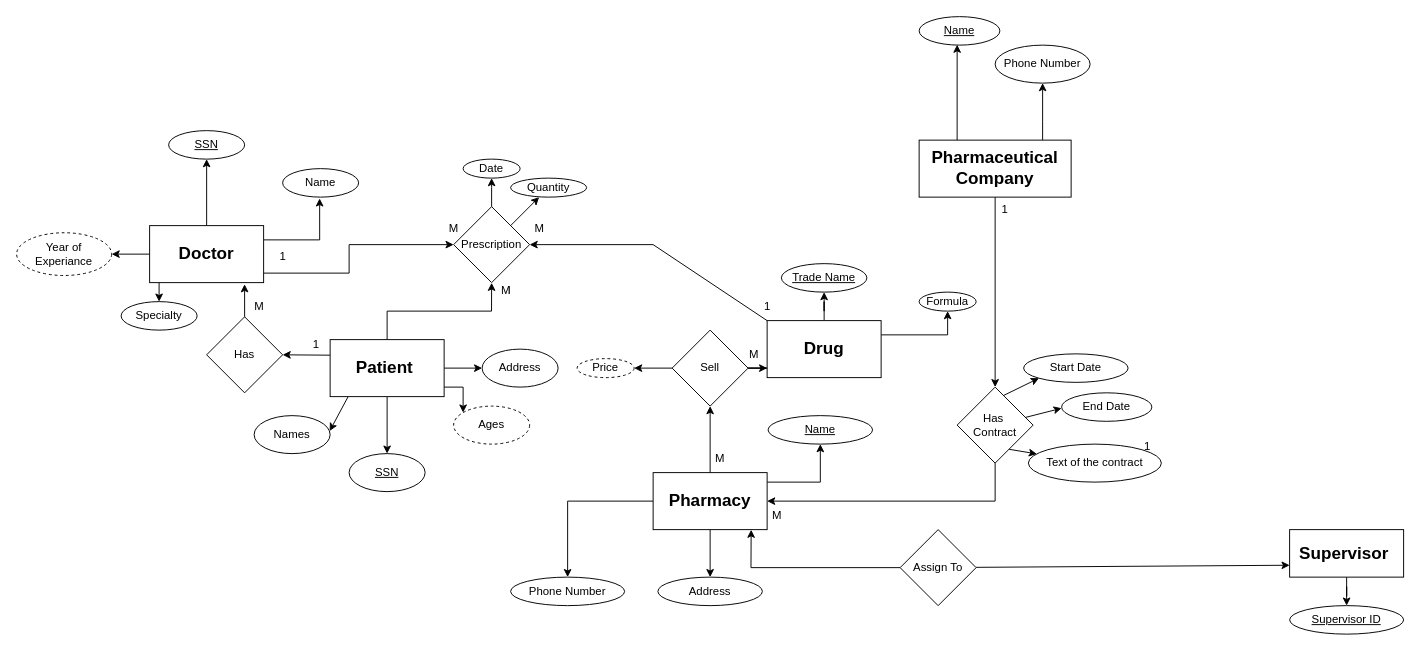
This is The Prescriptions-R-X chain of pharmacies.drawio from Dilka98/ER-Diagram, a draw.io file, before an edit. Source tidied: cells renumbered, new cells numbered last; positions are measured from the earlier drawing's top-left corner, leaving out a move shared by most shapes. Both pictures are drawn from the tidied source at 95%, with x=0, y=0 at pixel (16, 16).
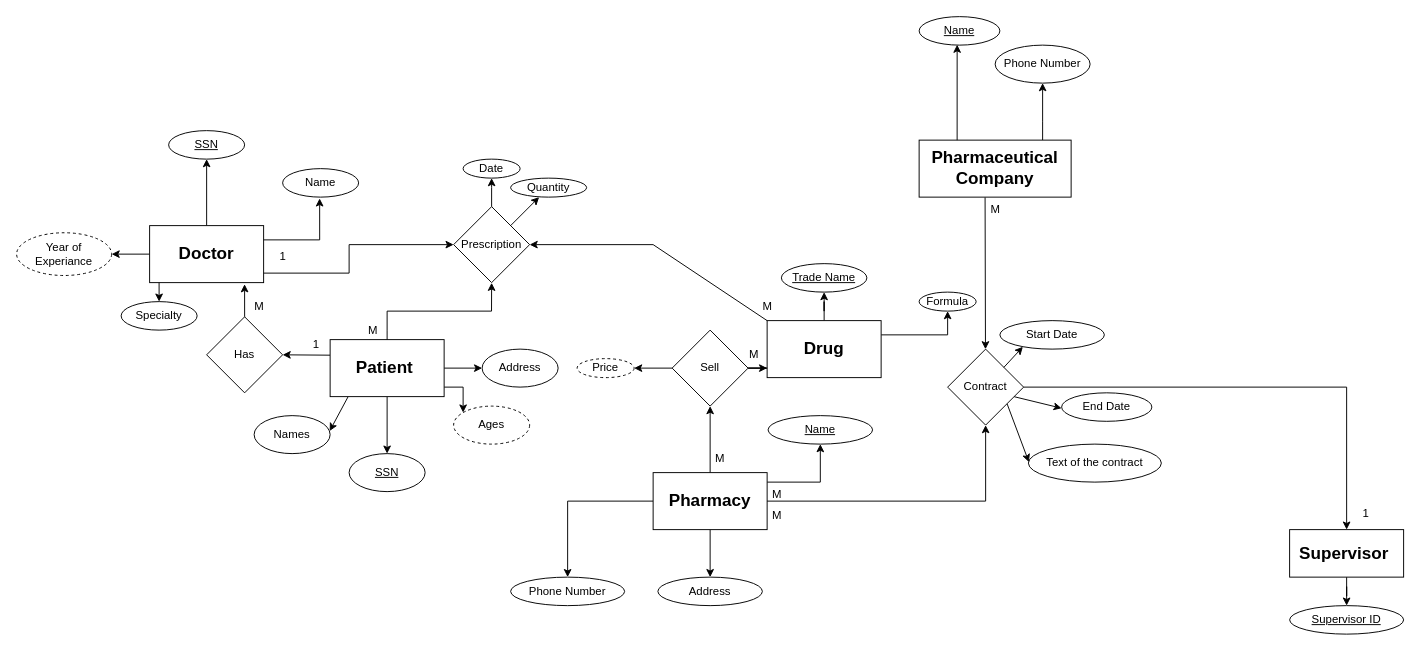
Above is the later version.

The change refers to these unchanged cells:
```xml
<mxCell id="20" value="&lt;h2&gt;Pharmaceutical Company&lt;/h2&gt;" style="rounded=0;whiteSpace=wrap;html=1;" parent="1" vertex="1">
  <mxGeometry x="950" y="130" width="160" height="60" as="geometry" />
</mxCell>
<mxCell id="32" value="&lt;h2&gt;Pharmacy&lt;/h2&gt;" style="rounded=0;whiteSpace=wrap;html=1;" parent="1" vertex="1">
  <mxGeometry x="670" y="480" width="120" height="60" as="geometry" />
</mxCell>
<mxCell id="64" value="End Date" style="ellipse;whiteSpace=wrap;html=1;" parent="1" vertex="1">
  <mxGeometry x="1100" y="396" width="95" height="30" as="geometry" />
</mxCell>
<mxCell id="65" value="Text of the contract" style="ellipse;whiteSpace=wrap;html=1;" parent="1" vertex="1">
  <mxGeometry x="1065" y="450" width="140" height="40" as="geometry" />
</mxCell>
<mxCell id="67" value="&lt;h2&gt;Supervisor&amp;nbsp;&lt;/h2&gt;" style="whiteSpace=wrap;html=1;" parent="1" vertex="1">
  <mxGeometry x="1340" y="540" width="120" height="50" as="geometry" />
</mxCell>
```

Diff of the diagram source:
```diff
@@
-    <mxCell id="19" style="edgeStyle=orthogonalEdgeStyle;rounded=0;jettySize=auto;html=1;" parent="1" edge="1" source="20" target="69">
-      <mxGeometry relative="1" as="geometry" />
-    </mxCell>
@@
-    <mxCell id="52" value="M" style="text;html=1;align=center;verticalAlign=middle;strokeColor=none;fillColor=none;" parent="1" vertex="1">
-      <mxGeometry x="445" y="208" width="30" height="30" as="geometry" />
-    </mxCell>
@@
-    <mxCell id="54" value="1" style="text;html=1;align=center;verticalAlign=middle;strokeColor=none;fillColor=none;" parent="1" vertex="1">
+    <mxCell id="54" value="M" style="text;html=1;align=center;verticalAlign=middle;strokeColor=none;fillColor=none;" parent="1" vertex="1">
       <mxGeometry x="775" y="290" width="30" height="30" as="geometry" />
     </mxCell>
-    <mxCell id="55" value="M" style="text;html=1;align=center;verticalAlign=middle;strokeColor=none;fillColor=none;" parent="1" vertex="1">
-      <mxGeometry x="535" y="208" width="30" height="30" as="geometry" />
-    </mxCell>
@@
-    <mxCell id="57" value="M" style="text;html=1;align=center;verticalAlign=middle;strokeColor=none;fillColor=none;" parent="1" vertex="1">
-      <mxGeometry x="500" y="272.5" width="30" height="30" as="geometry" />
-    </mxCell>
@@
     <mxCell id="63" value="Start Date" style="ellipse;whiteSpace=wrap;html=1;" parent="1" vertex="1">
-      <mxGeometry x="1060" y="355" width="110" height="30" as="geometry" />
+      <mxGeometry x="1035" y="320" width="110" height="30" as="geometry" />
     </mxCell>
@@
-    <mxCell id="69" value="Has&amp;nbsp;&lt;div&gt;Contract&lt;/div&gt;" style="rhombus;whiteSpace=wrap;html=1;" parent="1" vertex="1">
-      <mxGeometry x="990" y="390" width="80" height="80" as="geometry" />
-    </mxCell>
-    <mxCell id="70" value="1" style="text;html=1;align=center;verticalAlign=middle;strokeColor=none;fillColor=none;" parent="1" vertex="1">
-      <mxGeometry x="1025" y="188" width="30" height="30" as="geometry" />
-    </mxCell>
-    <mxCell id="71" value="Assign To" style="rhombus;whiteSpace=wrap;html=1;" parent="1" vertex="1">
-      <mxGeometry x="930" y="540" width="80" height="80" as="geometry" />
-    </mxCell>
-    <mxCell id="72" value="1" style="text;html=1;align=center;verticalAlign=middle;strokeColor=none;fillColor=none;" parent="1" vertex="1">
-      <mxGeometry x="1175" y="438" width="30" height="30" as="geometry" />
-    </mxCell>
+    <mxCell id="80" value="M" style="text;html=1;align=center;verticalAlign=middle;strokeColor=none;fillColor=none;" parent="1" vertex="1">
+      <mxGeometry x="360" y="316" width="30" height="30" as="geometry" />
+    </mxCell>
+    <mxCell id="81" value="Contract" style="rhombus;whiteSpace=wrap;html=1;" parent="1" vertex="1">
+      <mxGeometry x="980" y="350" width="80" height="80" as="geometry" />
+    </mxCell>
+    <mxCell id="82" style="edgeStyle=none;jettySize=auto;html=1;rounded=0;entryX=0.498;entryY=0.002;entryDx=0;entryDy=0;entryPerimeter=0;exitX=0.434;exitY=1.006;exitDx=0;exitDy=0;exitPerimeter=0;" parent="1" edge="1" source="20" target="81">
+      <mxGeometry relative="1" as="geometry" />
+    </mxCell>
+    <mxCell id="83" style="edgeStyle=none;jettySize=auto;html=1;rounded=0;entryX=0.5;entryY=1;entryDx=0;entryDy=0;" parent="1" edge="1" target="81">
+      <mxGeometry relative="1" as="geometry">
+        <mxPoint x="790" y="510" as="sourcePoint" />
+        <Array as="points">
+          <mxPoint x="1020" y="510" />
+        </Array>
+      </mxGeometry>
+    </mxCell>
+    <mxCell id="84" value="M" style="text;html=1;align=center;verticalAlign=middle;strokeColor=none;fillColor=none;" parent="1" vertex="1">
+      <mxGeometry x="785" y="488" width="30" height="30" as="geometry" />
+    </mxCell>
+    <mxCell id="85" value="M" style="text;html=1;align=center;verticalAlign=middle;strokeColor=none;fillColor=none;" parent="1" vertex="1">
+      <mxGeometry x="1015" y="188" width="30" height="30" as="geometry" />
+    </mxCell>
+    <mxCell id="86" style="edgeStyle=none;jettySize=auto;html=1;rounded=0;entryX=0.22;entryY=0.919;entryDx=0;entryDy=0;entryPerimeter=0;" parent="1" edge="1" source="81" target="63">
+      <mxGeometry relative="1" as="geometry" />
+    </mxCell>
+    <mxCell id="87" style="edgeStyle=none;jettySize=auto;html=1;rounded=0;exitX=0.783;exitY=0.721;exitDx=0;exitDy=0;exitPerimeter=0;entryX=0.004;entryY=0.473;entryDx=0;entryDy=0;entryPerimeter=0;" parent="1" edge="1" source="81" target="65">
+      <mxGeometry relative="1" as="geometry" />
+    </mxCell>
+    <mxCell id="88" style="edgeStyle=none;jettySize=auto;html=1;rounded=0;exitX=1;exitY=0.5;exitDx=0;exitDy=0;entryX=0.5;entryY=0;entryDx=0;entryDy=0;" parent="1" edge="1" source="81" target="67">
+      <mxGeometry relative="1" as="geometry">
+        <Array as="points">
+          <mxPoint x="1400" y="390" />
+        </Array>
+      </mxGeometry>
+    </mxCell>
+    <mxCell id="89" value="1" style="text;html=1;align=center;verticalAlign=middle;strokeColor=none;fillColor=none;" parent="1" vertex="1">
+      <mxGeometry x="1405" y="508" width="30" height="30" as="geometry" />
+    </mxCell>
@@
-    <mxCell id="74" style="edgeStyle=none;jettySize=auto;html=1;rounded=0;exitX=0.5;exitY=1;exitDx=0;exitDy=0;" parent="1" edge="1" source="69" target="32">
-      <mxGeometry relative="1" as="geometry">
-        <Array as="points">
-          <mxPoint x="1030" y="510" />
-        </Array>
-      </mxGeometry>
-    </mxCell>
-    <mxCell id="75" style="edgeStyle=none;jettySize=auto;html=1;rounded=0;exitX=0.684;exitY=0.818;exitDx=0;exitDy=0;exitPerimeter=0;entryX=0.064;entryY=0.258;entryDx=0;entryDy=0;entryPerimeter=0;" parent="1" edge="1" source="69" target="65">
-      <mxGeometry relative="1" as="geometry" />
-    </mxCell>
-    <mxCell id="76" style="edgeStyle=none;jettySize=auto;html=1;rounded=0;exitX=0.609;exitY=0.111;exitDx=0;exitDy=0;exitPerimeter=0;entryX=0;entryY=1;entryDx=0;entryDy=0;" parent="1" edge="1" source="69" target="63">
-      <mxGeometry relative="1" as="geometry" />
-    </mxCell>
-    <mxCell id="77" style="edgeStyle=none;jettySize=auto;html=1;rounded=0;entryX=0;entryY=0.541;entryDx=0;entryDy=0;entryPerimeter=0;" parent="1" edge="1" source="69" target="64">
+    <mxCell id="77" style="edgeStyle=none;jettySize=auto;html=1;rounded=0;entryX=0;entryY=0.541;entryDx=0;entryDy=0;entryPerimeter=0;exitX=0.876;exitY=0.626;exitDx=0;exitDy=0;exitPerimeter=0;" parent="1" edge="1" source="81" target="64">
       <mxGeometry relative="1" as="geometry" />
     </mxCell>
-    <mxCell id="78" style="edgeStyle=none;jettySize=auto;html=1;rounded=0;entryX=0;entryY=0.75;entryDx=0;entryDy=0;" parent="1" edge="1" target="67">
-      <mxGeometry relative="1" as="geometry">
-        <mxPoint x="1010" y="579.7" as="sourcePoint" />
-      </mxGeometry>
-    </mxCell>
-    <mxCell id="79" style="edgeStyle=none;jettySize=auto;html=1;rounded=0;exitX=0;exitY=0.5;exitDx=0;exitDy=0;entryX=0.86;entryY=1.002;entryDx=0;entryDy=0;entryPerimeter=0;" parent="1" edge="1" source="71" target="32">
-      <mxGeometry relative="1" as="geometry">
-        <Array as="points">
-          <mxPoint x="773" y="580" />
-        </Array>
-      </mxGeometry>
-    </mxCell>
```
